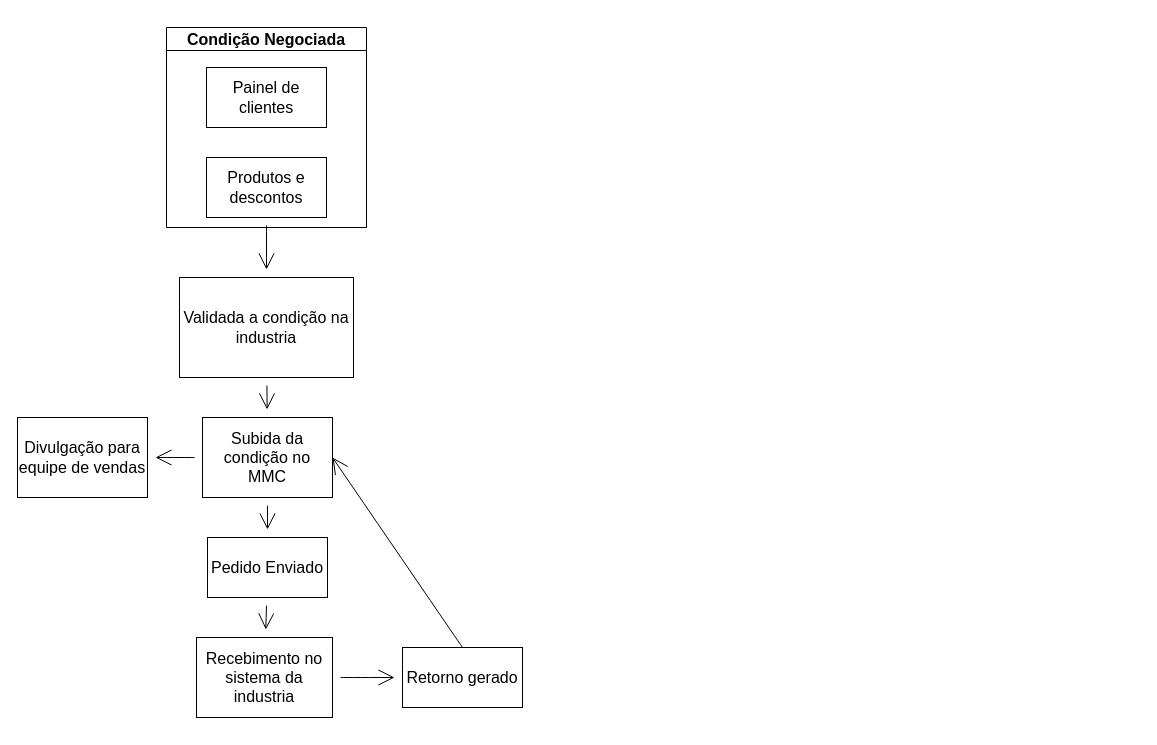
Earlier version of the draw.io diagram Diagrama sem nome.drawio (limflag/limflag). Source tidied: cells renumbered, new cells numbered last; positions are measured from the earlier drawing's top-left corner, leaving out a move shared by most shapes. Both pictures are drawn from the tidied source at 100%, with x=0, y=0 at pixel (17, 27).
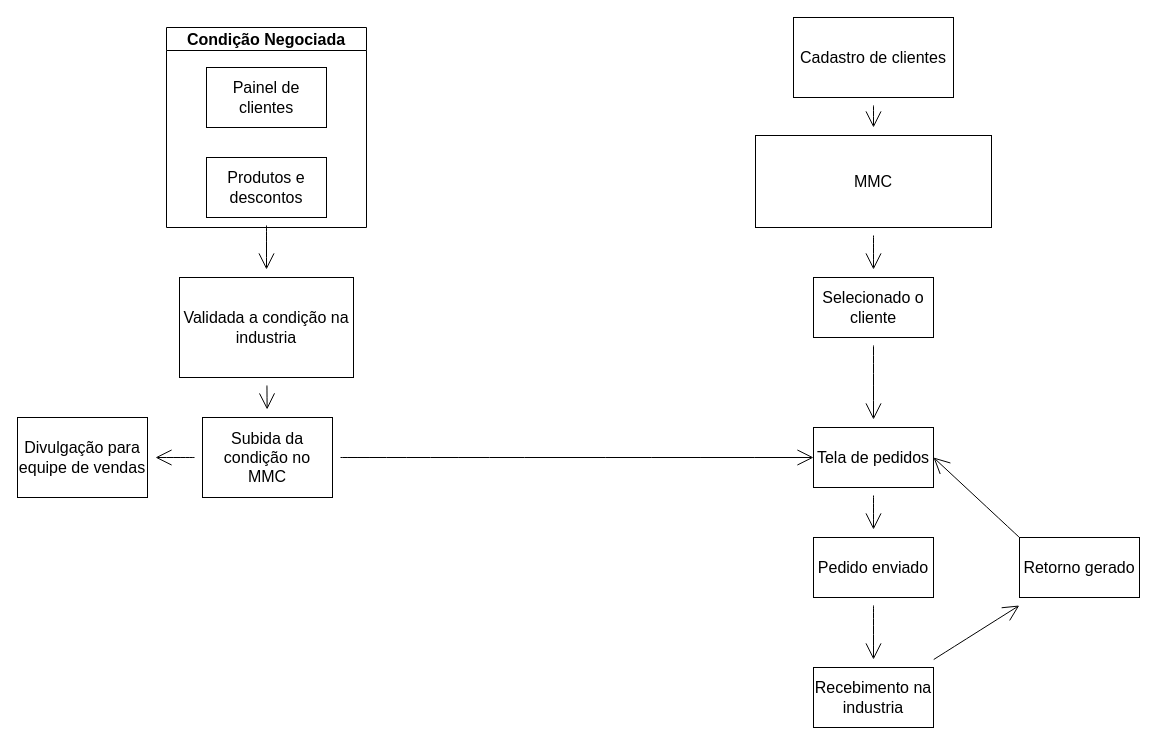
After the change.

The change refers to these unchanged cells:
```xml
<mxCell id="10" value="Subida da condição no MMC" style="whiteSpace=wrap;html=1;fontSize=16;rounded=0;" parent="1" vertex="1">
  <mxGeometry x="185" y="390" width="130" height="80" as="geometry" />
</mxCell>
```

What changed in the source:
```diff
@@
-    <mxCell id="8" style="edgeStyle=none;curved=1;rounded=0;jettySize=auto;html=1;fontSize=12;endArrow=open;startSize=14;endSize=14;sourcePerimeterSpacing=8;targetPerimeterSpacing=8;" parent="1" edge="1" source="10" target="12">
-      <mxGeometry relative="1" as="geometry" />
-    </mxCell>
@@
+    <mxCell id="18" style="edgeStyle=none;curved=1;rounded=0;jettySize=auto;html=1;entryX=0;entryY=0.5;entryDx=0;entryDy=0;fontSize=12;endArrow=open;startSize=14;endSize=14;sourcePerimeterSpacing=8;targetPerimeterSpacing=8;" parent="1" edge="1" source="10" target="24">
+      <mxGeometry relative="1" as="geometry" />
+    </mxCell>
@@
-    <mxCell id="11" style="edgeStyle=none;curved=1;rounded=0;jettySize=auto;html=1;fontSize=12;endArrow=open;startSize=14;endSize=14;sourcePerimeterSpacing=8;targetPerimeterSpacing=8;" parent="1" edge="1" source="12" target="14">
-      <mxGeometry relative="1" as="geometry" />
-    </mxCell>
-    <mxCell id="12" value="Pedido Enviado" style="whiteSpace=wrap;html=1;fontSize=16;rounded=0;" parent="1" vertex="1">
-      <mxGeometry x="190" y="510" width="120" height="60" as="geometry" />
-    </mxCell>
-    <mxCell id="13" style="edgeStyle=none;curved=1;rounded=0;jettySize=auto;html=1;fontSize=12;endArrow=open;startSize=14;endSize=14;sourcePerimeterSpacing=8;targetPerimeterSpacing=8;" parent="1" edge="1" source="14" target="16">
-      <mxGeometry relative="1" as="geometry" />
-    </mxCell>
-    <mxCell id="14" value="Recebimento no sistema da industria" style="whiteSpace=wrap;html=1;fontSize=16;rounded=0;" parent="1" vertex="1">
-      <mxGeometry x="179" y="610" width="136" height="80" as="geometry" />
-    </mxCell>
-    <mxCell id="15" style="edgeStyle=none;curved=1;rounded=0;jettySize=auto;html=1;exitX=0.5;exitY=0;exitDx=0;exitDy=0;fontSize=12;endArrow=open;startSize=14;endSize=14;sourcePerimeterSpacing=8;targetPerimeterSpacing=8;entryX=1;entryY=0.5;entryDx=0;entryDy=0;" parent="1" edge="1" source="16" target="10">
-      <mxGeometry relative="1" as="geometry" />
-    </mxCell>
+    <mxCell id="17" value="Divulgação para equipe de vendas" style="whiteSpace=wrap;html=1;fontSize=16;rounded=0;" parent="1" vertex="1">
+      <mxGeometry y="390" width="130" height="80" as="geometry" />
+    </mxCell>
+    <mxCell id="19" style="edgeStyle=none;curved=1;rounded=0;jettySize=auto;html=1;fontSize=12;endArrow=open;startSize=14;endSize=14;sourcePerimeterSpacing=8;targetPerimeterSpacing=8;" parent="1" edge="1" source="20" target="22">
+      <mxGeometry relative="1" as="geometry" />
+    </mxCell>
+    <mxCell id="20" value="MMC" style="rounded=0;whiteSpace=wrap;html=1;fontSize=16;" parent="1" vertex="1">
+      <mxGeometry x="738" y="108" width="236" height="92" as="geometry" />
+    </mxCell>
+    <mxCell id="21" style="edgeStyle=none;curved=1;rounded=0;jettySize=auto;html=1;fontSize=12;endArrow=open;startSize=14;endSize=14;sourcePerimeterSpacing=8;targetPerimeterSpacing=8;" parent="1" edge="1" source="22" target="24">
+      <mxGeometry relative="1" as="geometry" />
+    </mxCell>
+    <mxCell id="22" value="Selecionado o cliente" style="whiteSpace=wrap;html=1;fontSize=16;rounded=0;" parent="1" vertex="1">
+      <mxGeometry x="796" y="250" width="120" height="60" as="geometry" />
+    </mxCell>
+    <mxCell id="23" style="edgeStyle=none;curved=1;rounded=0;jettySize=auto;html=1;fontSize=12;endArrow=open;startSize=14;endSize=14;sourcePerimeterSpacing=8;targetPerimeterSpacing=8;" parent="1" edge="1" source="24" target="26">
+      <mxGeometry relative="1" as="geometry" />
+    </mxCell>
+    <mxCell id="24" value="Tela de pedidos" style="whiteSpace=wrap;html=1;fontSize=16;rounded=0;" parent="1" vertex="1">
+      <mxGeometry x="796" y="400" width="120" height="60" as="geometry" />
+    </mxCell>
+    <mxCell id="25" style="edgeStyle=none;curved=1;rounded=0;jettySize=auto;html=1;fontSize=12;endArrow=open;startSize=14;endSize=14;sourcePerimeterSpacing=8;targetPerimeterSpacing=8;" parent="1" edge="1" source="26" target="28">
+      <mxGeometry relative="1" as="geometry" />
+    </mxCell>
+    <mxCell id="26" value="Pedido enviado" style="whiteSpace=wrap;html=1;fontSize=16;rounded=0;" parent="1" vertex="1">
+      <mxGeometry x="796" y="510" width="120" height="60" as="geometry" />
+    </mxCell>
+    <mxCell id="27" style="edgeStyle=none;curved=1;rounded=0;jettySize=auto;html=1;fontSize=12;endArrow=open;startSize=14;endSize=14;sourcePerimeterSpacing=8;targetPerimeterSpacing=8;" parent="1" edge="1" source="28" target="16">
+      <mxGeometry relative="1" as="geometry" />
+    </mxCell>
+    <mxCell id="28" value="Recebimento na industria" style="whiteSpace=wrap;html=1;fontSize=16;rounded=0;" parent="1" vertex="1">
+      <mxGeometry x="796" y="640" width="120" height="60" as="geometry" />
+    </mxCell>
+    <mxCell id="29" style="edgeStyle=none;curved=1;rounded=0;jettySize=auto;html=1;exitX=0;exitY=0;exitDx=0;exitDy=0;entryX=1;entryY=0.5;entryDx=0;entryDy=0;fontSize=12;endArrow=open;startSize=14;endSize=14;sourcePerimeterSpacing=8;targetPerimeterSpacing=8;" parent="1" edge="1" source="16" target="24">
+      <mxGeometry relative="1" as="geometry" />
+    </mxCell>
     <mxCell id="16" value="Retorno gerado" style="whiteSpace=wrap;html=1;fontSize=16;rounded=0;" parent="1" vertex="1">
-      <mxGeometry x="385" y="620" width="120" height="60" as="geometry" />
+      <mxGeometry x="1002" y="510" width="120" height="60" as="geometry" />
     </mxCell>
-    <mxCell id="17" value="Divulgação para equipe de vendas" style="whiteSpace=wrap;html=1;fontSize=16;rounded=0;" parent="1" vertex="1">
-      <mxGeometry y="390" width="130" height="80" as="geometry" />
-    </mxCell>
+    <mxCell id="30" style="edgeStyle=none;curved=1;rounded=0;jettySize=auto;html=1;fontSize=12;endArrow=open;startSize=14;endSize=14;sourcePerimeterSpacing=8;targetPerimeterSpacing=8;" parent="1" edge="1" source="31" target="20">
+      <mxGeometry relative="1" as="geometry" />
+    </mxCell>
+    <mxCell id="31" value="Cadastro de clientes" style="rounded=0;whiteSpace=wrap;html=1;fontSize=16;" parent="1" vertex="1">
+      <mxGeometry x="776" y="-10" width="160" height="80" as="geometry" />
+    </mxCell>
```
